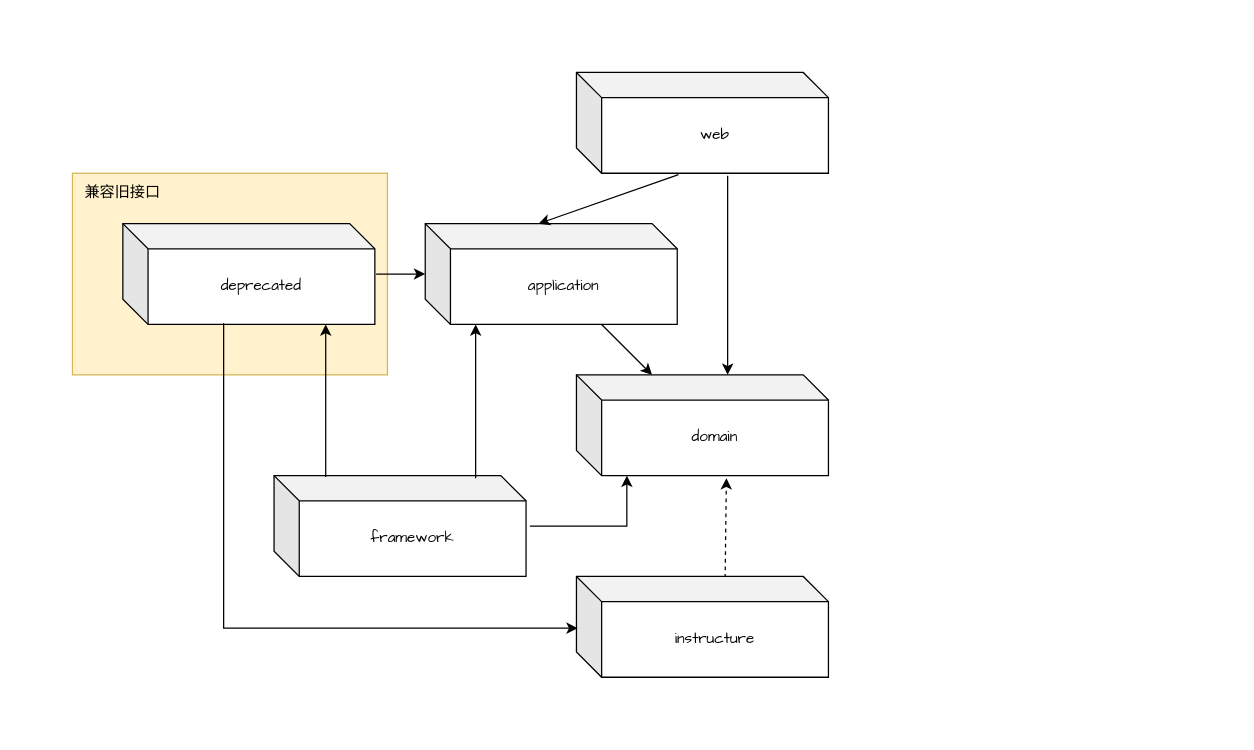
Before: RSC兼容架构图.drawio in herozzn/draw, a draw.io diagram. Source tidied: cells renumbered, new cells numbered last; positions are measured from the earlier drawing's top-left corner, leaving out a move shared by most shapes. Both pictures are drawn from the tidied source at 126%, with x=0, y=0 at pixel (72, 72).
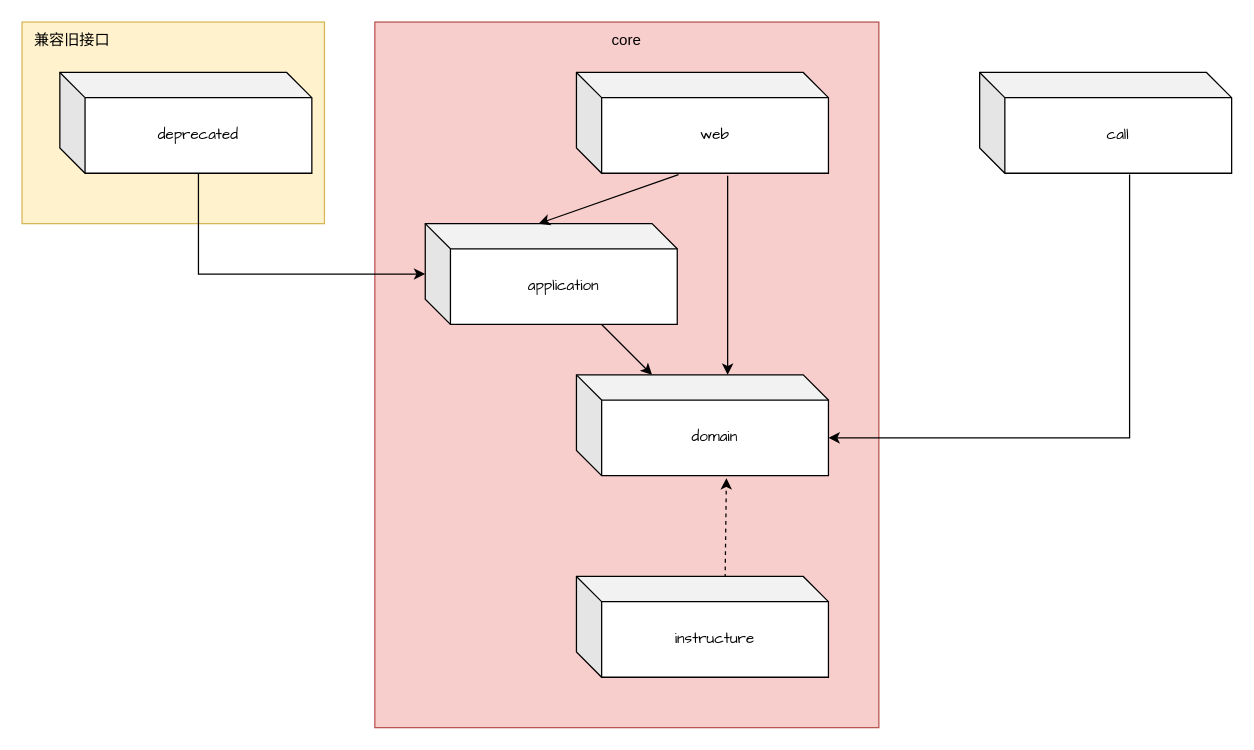
The same page after the edit.

Commit message:
更新RSC兼容架构图.drawio

What changed in the source:
```diff
@@
 <mxGraphModel>
   <root>
     <mxCell id="0" />
     <mxCell id="1" parent="0" />
+    <mxCell id="19" style="rounded=0;whiteSpace=wrap;html=1;fillColor=#f8cecc;strokeColor=#b85450;" parent="1" vertex="1">
+      <mxGeometry x="240" y="-40" width="400" height="560" as="geometry" />
+    </mxCell>
     <mxCell id="2" style="rounded=0;jettySize=auto;html=1;" parent="1" edge="1" source="3" target="4">
       <mxGeometry relative="1" as="geometry" />
     </mxCell>
     <mxCell id="3" value="application" style="shape=cube;whiteSpace=wrap;html=1;boundedLbl=1;backgroundOutline=1;darkOpacity=0.05;darkOpacity2=0.1;shadow=0;fontFamily=Comic Sans MS;" parent="1" vertex="1">
       <mxGeometry x="280" y="120" width="200" height="80" as="geometry" />
     </mxCell>
     <mxCell id="4" value="domain" style="shape=cube;whiteSpace=wrap;html=1;boundedLbl=1;backgroundOutline=1;darkOpacity=0.05;darkOpacity2=0.1;shadow=0;fontFamily=Comic Sans MS;" parent="1" vertex="1">
       <mxGeometry x="400" y="240" width="200" height="80" as="geometry" />
     </mxCell>
     <mxCell id="5" style="rounded=0;jettySize=auto;html=1;dashed=1;exitX=0.59;exitY=0.013;exitDx=0;exitDy=0;exitPerimeter=0;entryX=0.595;entryY=1.025;entryDx=0;entryDy=0;entryPerimeter=0;" parent="1" edge="1" source="6" target="4">
       <mxGeometry relative="1" as="geometry" />
     </mxCell>
     <mxCell id="6" value="instructure" style="shape=cube;whiteSpace=wrap;html=1;boundedLbl=1;backgroundOutline=1;darkOpacity=0.05;darkOpacity2=0.1;shadow=0;fontFamily=Comic Sans MS;" parent="1" vertex="1">
       <mxGeometry x="400" y="400" width="200" height="80" as="geometry" />
     </mxCell>
     <mxCell id="7" value="web" style="shape=cube;whiteSpace=wrap;html=1;boundedLbl=1;backgroundOutline=1;darkOpacity=0.05;darkOpacity2=0.1;shadow=0;fontFamily=Comic Sans MS;" parent="1" vertex="1">
       <mxGeometry x="400" width="200" height="80" as="geometry" />
     </mxCell>
     <mxCell id="8" style="rounded=0;jettySize=auto;html=1;exitX=0.405;exitY=1.013;exitDx=0;exitDy=0;exitPerimeter=0;entryX=0;entryY=0;entryDx=90;entryDy=0;entryPerimeter=0;" parent="1" edge="1" source="7" target="3">
       <mxGeometry relative="1" as="geometry" />
     </mxCell>
     <mxCell id="9" style="rounded=0;jettySize=auto;html=1;exitX=0.6;exitY=1.025;exitDx=0;exitDy=0;exitPerimeter=0;entryX=0.6;entryY=0;entryDx=0;entryDy=0;entryPerimeter=0;" parent="1" edge="1" source="7" target="4">
       <mxGeometry relative="1" as="geometry" />
     </mxCell>
     <mxCell id="10" style="rounded=0;whiteSpace=wrap;html=1;fillColor=#fff2cc;strokeColor=#d6b656;" parent="1" vertex="1">
-      <mxGeometry y="80" width="250" height="160" as="geometry" />
+      <mxGeometry x="-40" y="-40" width="240" height="160" as="geometry" />
     </mxCell>
     <mxCell id="11" value="deprecated" style="shape=cube;whiteSpace=wrap;html=1;boundedLbl=1;backgroundOutline=1;darkOpacity=0.05;darkOpacity2=0.1;shadow=0;fontFamily=Comic Sans MS;" parent="1" vertex="1">
-      <mxGeometry x="40" y="120" width="200" height="80" as="geometry" />
+      <mxGeometry x="-10" width="200" height="80" as="geometry" />
     </mxCell>
-    <mxCell id="12" style="endArrow=classic;html=1;rounded=0;edgeStyle=orthogonalEdgeStyle;exitX=0.4;exitY=0.988;exitDx=0;exitDy=0;exitPerimeter=0;entryX=0.005;entryY=0.513;entryDx=0;entryDy=0;entryPerimeter=0;" parent="1" edge="1" source="11" target="6">
-      <mxGeometry relative="1" as="geometry" />
-    </mxCell>
     <mxCell id="13" value="兼容旧接口" style="text;html=1;strokeColor=none;fillColor=none;align=center;verticalAlign=middle;whiteSpace=wrap;rounded=0;" parent="1" vertex="1">
-      <mxGeometry y="80" width="80" height="30" as="geometry" />
+      <mxGeometry x="-40" y="-40" width="80" height="30" as="geometry" />
     </mxCell>
-    <mxCell id="14" value="framework" style="shape=cube;whiteSpace=wrap;html=1;boundedLbl=1;backgroundOutline=1;darkOpacity=0.05;darkOpacity2=0.1;shadow=0;fontFamily=Comic Sans MS;" parent="1" vertex="1">
-      <mxGeometry x="160" y="320" width="200" height="80" as="geometry" />
-    </mxCell>
-    <mxCell id="15" style="endArrow=classic;html=1;rounded=0;edgeStyle=orthogonalEdgeStyle;exitX=0.8;exitY=0.025;exitDx=0;exitDy=0;exitPerimeter=0;" parent="1" edge="1" source="14">
-      <mxGeometry relative="1" as="geometry">
-        <mxPoint x="320" y="200" as="targetPoint" />
-      </mxGeometry>
-    </mxCell>
-    <mxCell id="16" style="endArrow=classic;html=1;rounded=0;edgeStyle=orthogonalEdgeStyle;entryX=0.2;entryY=1;entryDx=0;entryDy=0;entryPerimeter=0;exitX=1.015;exitY=0.5;exitDx=0;exitDy=0;exitPerimeter=0;" parent="1" edge="1" source="14" target="4">
-      <mxGeometry relative="1" as="geometry" />
-    </mxCell>
-    <mxCell id="17" style="endArrow=classic;html=1;rounded=0;edgeStyle=orthogonalEdgeStyle;exitX=1.005;exitY=0.5;exitDx=0;exitDy=0;exitPerimeter=0;" parent="1" edge="1" source="11" target="3">
+    <mxCell id="17" style="edgeStyle=orthogonalEdgeStyle;rounded=0;jettySize=auto;html=1;exitX=0;exitY=0;exitDx=110;exitDy=80;exitPerimeter=0;entryX=0;entryY=0.5;entryDx=0;entryDy=0;entryPerimeter=0;" parent="1" edge="1" source="11" target="3">
       <mxGeometry relative="1" as="geometry" />
     </mxCell>
-    <mxCell id="18" style="endArrow=classic;html=1;rounded=0;edgeStyle=orthogonalEdgeStyle;entryX=0.805;entryY=1;entryDx=0;entryDy=0;entryPerimeter=0;exitX=0.205;exitY=0.013;exitDx=0;exitDy=0;exitPerimeter=0;" parent="1" edge="1" source="14" target="11">
-      <mxGeometry relative="1" as="geometry" />
-    </mxCell>
+    <mxCell id="20" value="call" style="shape=cube;whiteSpace=wrap;html=1;boundedLbl=1;backgroundOutline=1;darkOpacity=0.05;darkOpacity2=0.1;shadow=0;fontFamily=Comic Sans MS;" parent="1" vertex="1">
+      <mxGeometry x="720" width="200" height="80" as="geometry" />
+    </mxCell>
+    <mxCell id="21" value="core" style="text;html=1;strokeColor=none;fillColor=none;align=center;verticalAlign=middle;whiteSpace=wrap;rounded=0;" parent="1" vertex="1">
+      <mxGeometry x="410" y="-40" width="60" height="30" as="geometry" />
+    </mxCell>
+    <mxCell id="22" style="edgeStyle=orthogonalEdgeStyle;rounded=0;jettySize=auto;html=1;entryX=0;entryY=0;entryDx=200;entryDy=50;entryPerimeter=0;exitX=0.595;exitY=1.013;exitDx=0;exitDy=0;exitPerimeter=0;" parent="1" edge="1" source="20" target="4">
+      <mxGeometry relative="1" as="geometry" />
+    </mxCell>
   </root>
 </mxGraphModel>
```
